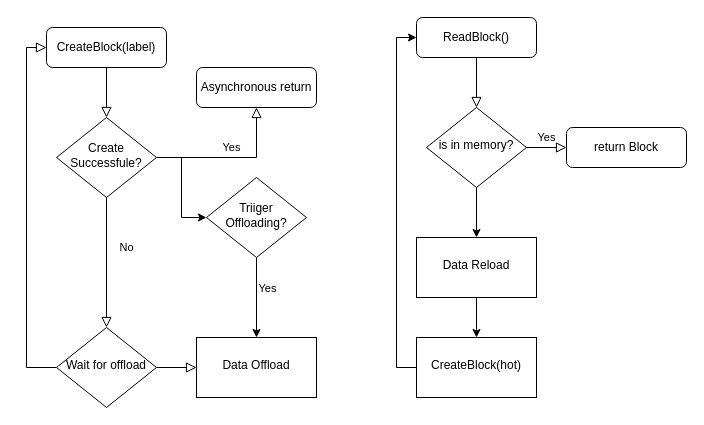
The draw.io diagram 3m_paper/未命名绘图.drawio in linqinluli/picture_draw, before the edit. Source tidied: cells renumbered, new cells numbered last; positions are measured from the earlier drawing's top-left corner, leaving out a move shared by most shapes. Both pictures are drawn from the tidied source at 100%, with x=0, y=0 at pixel (46, 17).
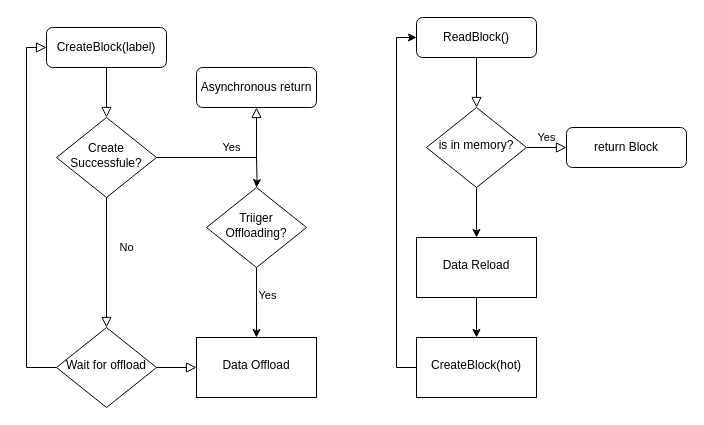
After the change.

Commit message (it also covers changes not shown here):
更新未命名绘图.drawio

Unchanged cells that the change refers to:
```xml
<mxCell id="7" value="Create Successfule?" style="rhombus;whiteSpace=wrap;html=1;shadow=0;fontFamily=Helvetica;fontSize=12;align=center;strokeWidth=1;spacing=6;spacingTop=-4;" parent="1" vertex="1">
  <mxGeometry x="10" y="100" width="100" height="80" as="geometry" />
</mxCell>
```

Change to the diagram source:
```diff
@@
-    <mxCell id="6" style="edgeStyle=orthogonalEdgeStyle;rounded=0;jettySize=auto;html=1;" parent="1" edge="1" source="7" target="14">
-      <mxGeometry relative="1" as="geometry" />
+    <mxCell id="6" style="edgeStyle=orthogonalEdgeStyle;rounded=0;jettySize=auto;html=1;" parent="1" edge="1" target="14">
+      <mxGeometry relative="1" as="geometry">
+        <mxPoint x="210" y="140" as="sourcePoint" />
+      </mxGeometry>
     </mxCell>
@@
     <mxCell id="14" value="Triiger Offloading?" style="rhombus;whiteSpace=wrap;html=1;shadow=0;fontFamily=Helvetica;fontSize=12;align=center;strokeWidth=1;spacing=6;spacingTop=-4;" parent="1" vertex="1">
-      <mxGeometry x="160" y="160" width="100" height="80" as="geometry" />
+      <mxGeometry x="160" y="170" width="100" height="80" as="geometry" />
     </mxCell>
```
